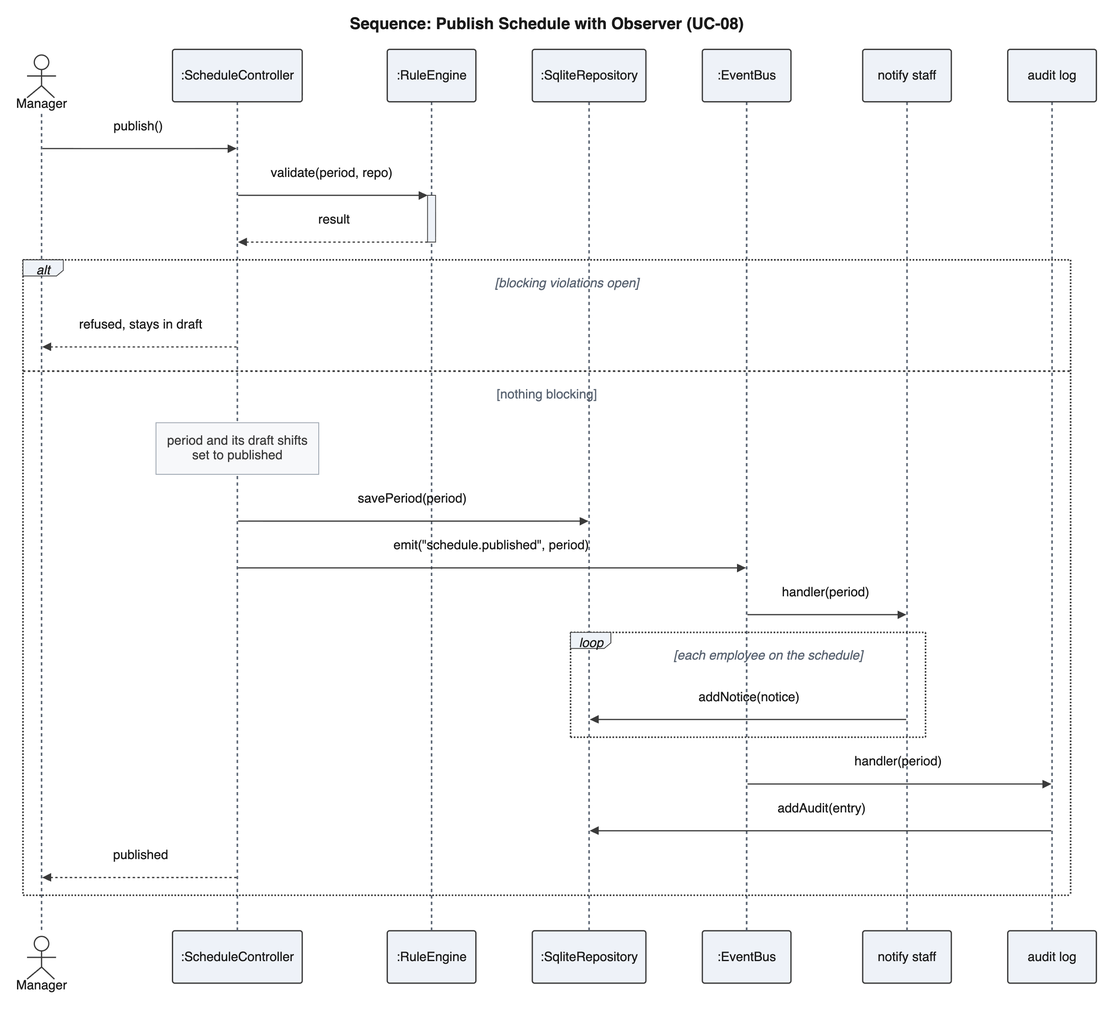
This is diagrams/images/interactions/sd_publish.png from perfettiful/ShiftChex, a Mermaid export, as it was before one commit. Its source is kept beside it as diagrams/mmd/interactions/sd_publish.mmd.
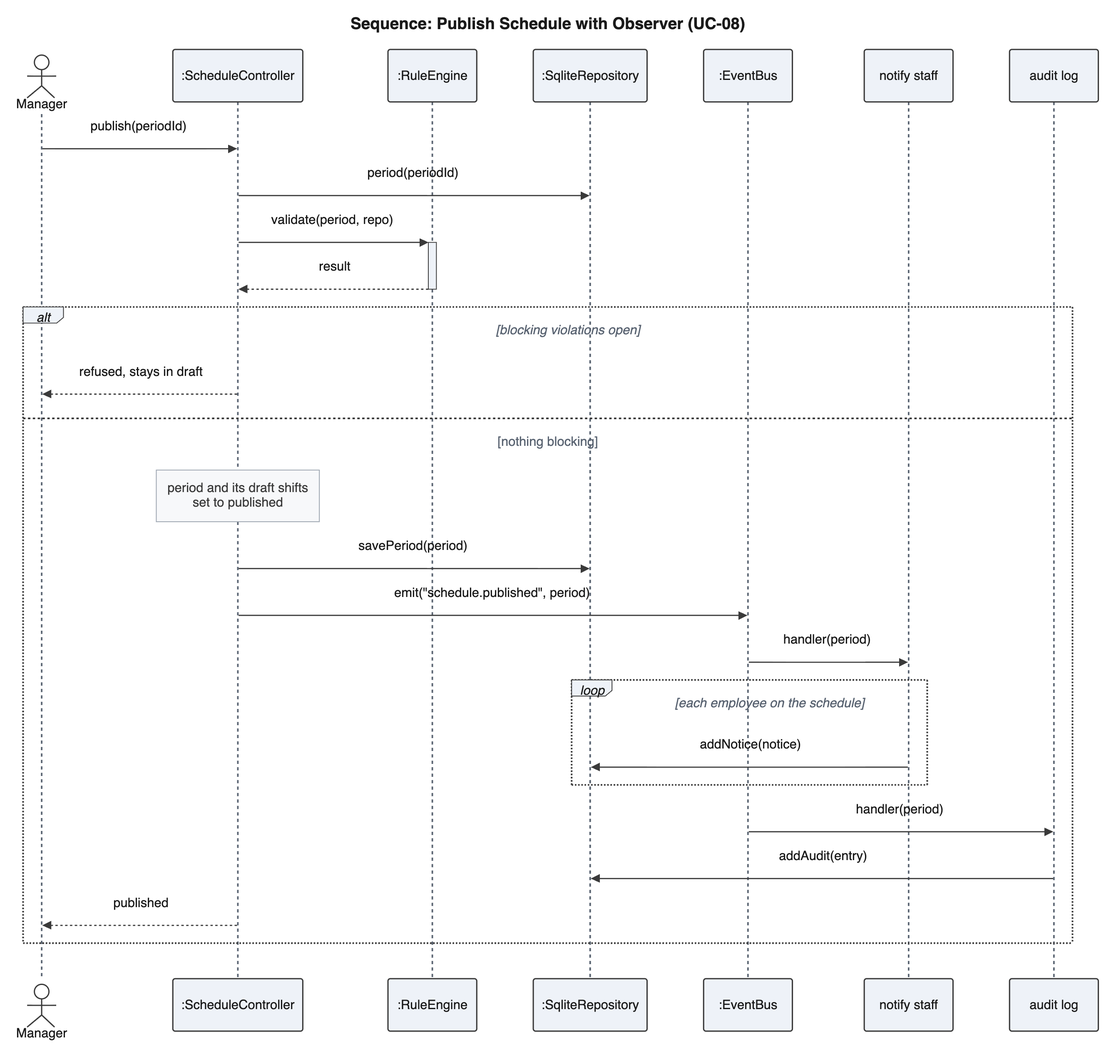
Above is the later version.

Change to the diagram source:
```diff
@@ -9,7 +9,8 @@
     participant Bus as :EventBus
     participant N as notify staff
     participant A as audit log
-    Manager->>SC: publish()
+    Manager->>SC: publish(periodId)
+    SC->>Repo: period(periodId)
     SC->>+RE: validate(period, repo)
     RE-->>-SC: result
     alt blocking violations open
```
